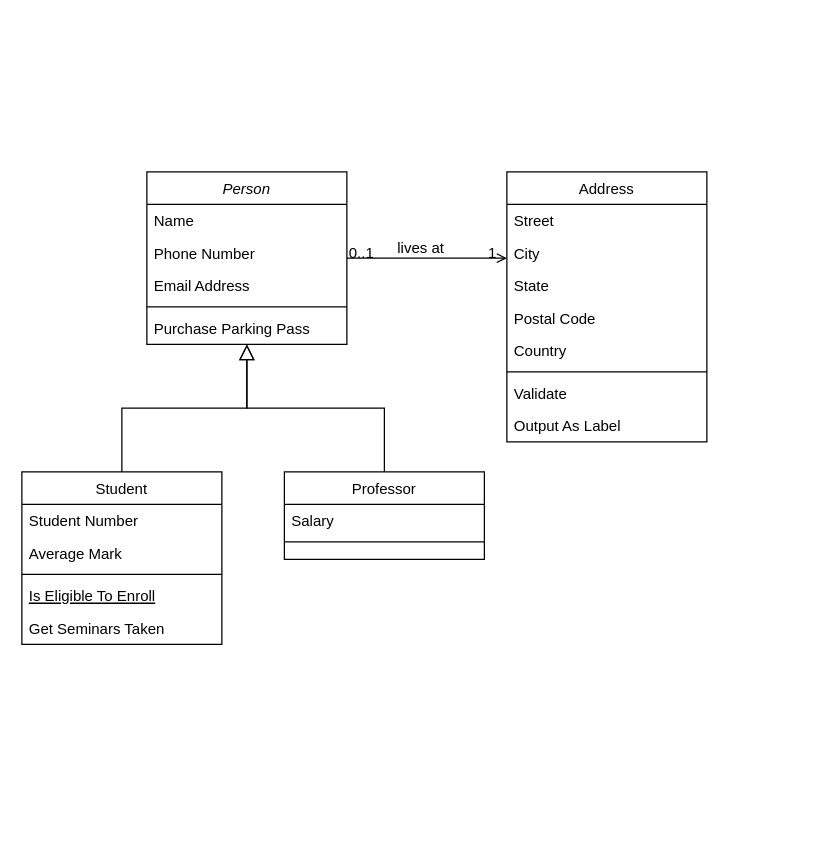
Earlier version of the draw.io diagram assets/Untitled Diagram.drawio (eldrige/Assignment). Source tidied: cells renumbered, new cells numbered last; positions are measured from the earlier drawing's top-left corner, leaving out a move shared by most shapes. Both pictures are drawn from the tidied source at 125%, with x=0, y=0 at pixel (21, 171).
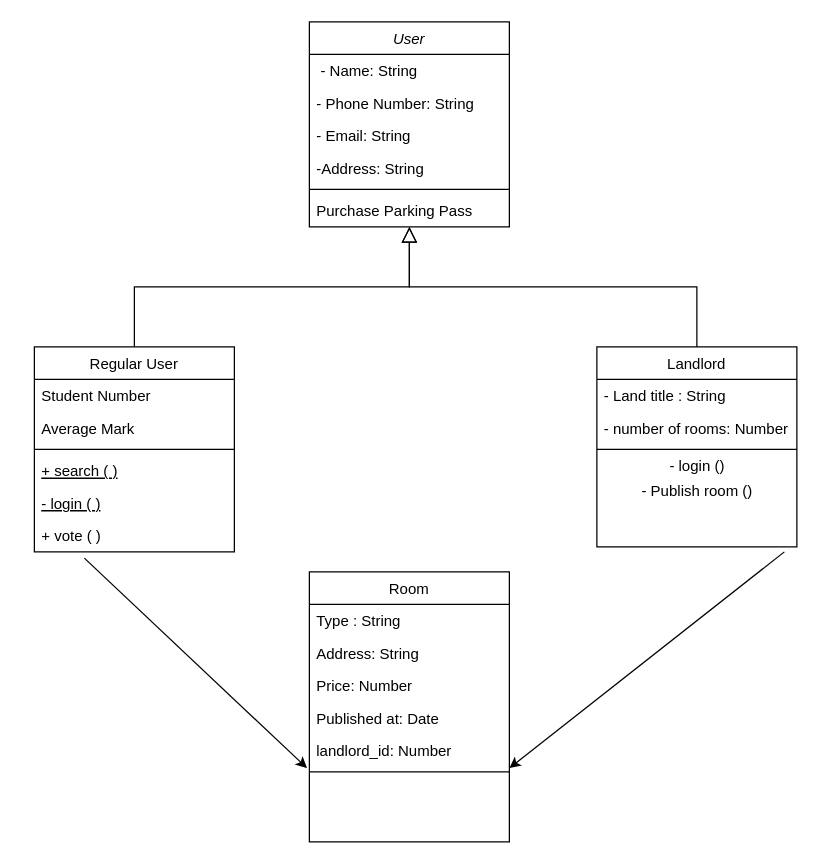
The same page after the edit.

The edit, as a diff of the source:
```diff
@@
-    <mxCell id="2" value="Person" style="swimlane;fontStyle=2;align=center;verticalAlign=top;horizontal=1;startSize=26;rounded=0;shadow=0;strokeWidth=1;" parent="1" vertex="1">
-      <mxGeometry x="100" width="160" height="138" as="geometry" />
+    <mxCell id="2" value="User" style="swimlane;fontStyle=2;align=center;verticalAlign=top;horizontal=1;startSize=26;rounded=0;shadow=0;strokeWidth=1;" parent="1" vertex="1">
+      <mxGeometry x="230" y="-120" width="160" height="164" as="geometry" />
     </mxCell>
-    <mxCell id="3" value="Name" style="text;align=left;verticalAlign=top;spacingLeft=4;spacingRight=4;overflow=hidden;" parent="2" vertex="1">
+    <mxCell id="3" value=" - Name: String" style="text;align=left;verticalAlign=top;spacingLeft=4;spacingRight=4;overflow=hidden;" parent="2" vertex="1">
       <mxGeometry y="26" width="160" height="26" as="geometry" />
     </mxCell>
-    <mxCell id="4" value="Phone Number" style="text;align=left;verticalAlign=top;spacingLeft=4;spacingRight=4;overflow=hidden;rounded=0;shadow=0;html=0;" parent="2" vertex="1">
+    <mxCell id="4" value="- Phone Number: String" style="text;align=left;verticalAlign=top;spacingLeft=4;spacingRight=4;overflow=hidden;rounded=0;shadow=0;html=0;" parent="2" vertex="1">
       <mxGeometry y="52" width="160" height="26" as="geometry" />
     </mxCell>
+    <mxCell id="32" value="- Email: String" style="text;align=left;verticalAlign=top;spacingLeft=4;spacingRight=4;overflow=hidden;rounded=0;shadow=0;html=0;" parent="2" vertex="1">
+      <mxGeometry y="78" width="160" height="26" as="geometry" />
+    </mxCell>
-    <mxCell id="5" value="Email Address" style="text;align=left;verticalAlign=top;spacingLeft=4;spacingRight=4;overflow=hidden;rounded=0;shadow=0;html=0;" parent="2" vertex="1">
-      <mxGeometry y="78" width="160" height="26" as="geometry" />
+    <mxCell id="5" value="-Address: String" style="text;align=left;verticalAlign=top;spacingLeft=4;spacingRight=4;overflow=hidden;rounded=0;shadow=0;html=0;" parent="2" vertex="1">
+      <mxGeometry y="104" width="160" height="26" as="geometry" />
     </mxCell>
     <mxCell id="6" style="line;html=1;strokeWidth=1;align=left;verticalAlign=middle;spacingTop=-1;spacingLeft=3;spacingRight=3;labelPosition=right;" parent="2" vertex="1">
-      <mxGeometry y="104" width="160" height="8" as="geometry" />
+      <mxGeometry y="130" width="160" height="8" as="geometry" />
     </mxCell>
     <mxCell id="7" value="Purchase Parking Pass" style="text;align=left;verticalAlign=top;spacingLeft=4;spacingRight=4;overflow=hidden;" parent="2" vertex="1">
-      <mxGeometry y="112" width="160" height="26" as="geometry" />
+      <mxGeometry y="138" width="160" height="26" as="geometry" />
     </mxCell>
-    <mxCell id="8" value="Student" style="swimlane;fontStyle=0;align=center;verticalAlign=top;horizontal=1;startSize=26;rounded=0;shadow=0;strokeWidth=1;" parent="1" vertex="1">
-      <mxGeometry y="240" width="160" height="138" as="geometry" />
+    <mxCell id="8" value="Regular User" style="swimlane;fontStyle=0;align=center;verticalAlign=top;horizontal=1;startSize=26;rounded=0;shadow=0;strokeWidth=1;" parent="1" vertex="1">
+      <mxGeometry x="10" y="140" width="160" height="164" as="geometry" />
     </mxCell>
@@
+    <mxCell id="33" value="+ search ( )" style="text;align=left;verticalAlign=top;spacingLeft=4;spacingRight=4;overflow=hidden;fontStyle=4;" parent="8" vertex="1">
+      <mxGeometry y="86" width="160" height="26" as="geometry" />
+    </mxCell>
-    <mxCell id="12" value="Is Eligible To Enroll" style="text;align=left;verticalAlign=top;spacingLeft=4;spacingRight=4;overflow=hidden;fontStyle=4;" parent="8" vertex="1">
-      <mxGeometry y="86" width="160" height="26" as="geometry" />
+    <mxCell id="12" value="- login ( )" style="text;align=left;verticalAlign=top;spacingLeft=4;spacingRight=4;overflow=hidden;fontStyle=4;" parent="8" vertex="1">
+      <mxGeometry y="112" width="160" height="26" as="geometry" />
     </mxCell>
-    <mxCell id="13" value="Get Seminars Taken" style="text;align=left;verticalAlign=top;spacingLeft=4;spacingRight=4;overflow=hidden;points=[[0,0.5],[1,0.5]];portConstraint=eastwest;" parent="8" vertex="1">
-      <mxGeometry y="112" width="160" height="26" as="geometry" />
+    <mxCell id="13" value="+ vote ( )" style="text;align=left;verticalAlign=top;spacingLeft=4;spacingRight=4;overflow=hidden;points=[[0,0.5],[1,0.5]];portConstraint=eastwest;" parent="8" vertex="1">
+      <mxGeometry y="138" width="160" height="26" as="geometry" />
     </mxCell>
@@
-    <mxCell id="15" value="Professor" style="swimlane;fontStyle=0;align=center;verticalAlign=top;horizontal=1;startSize=26;rounded=0;shadow=0;strokeWidth=1;" parent="1" vertex="1">
-      <mxGeometry x="210" y="240" width="160" height="70" as="geometry" />
+    <mxCell id="15" value="Landlord" style="swimlane;fontStyle=0;align=center;verticalAlign=top;horizontal=1;startSize=26;rounded=0;shadow=0;strokeWidth=1;" parent="1" vertex="1">
+      <mxGeometry x="460" y="140" width="160" height="160" as="geometry" />
     </mxCell>
-    <mxCell id="16" value="Salary" style="text;align=left;verticalAlign=top;spacingLeft=4;spacingRight=4;overflow=hidden;" parent="15" vertex="1">
-      <mxGeometry y="26" width="160" height="26" as="geometry" />
-    </mxCell>
+    <mxCell id="34" value="- Land title : String&#10;" style="text;align=left;verticalAlign=top;spacingLeft=4;spacingRight=4;overflow=hidden;" parent="15" vertex="1">
+      <mxGeometry y="26" width="160" height="26" as="geometry" />
+    </mxCell>
+    <mxCell id="35" value="- number of rooms: Number" style="text;align=left;verticalAlign=top;spacingLeft=4;spacingRight=4;overflow=hidden;" parent="15" vertex="1">
+      <mxGeometry y="52" width="160" height="26" as="geometry" />
+    </mxCell>
     <mxCell id="17" style="line;html=1;strokeWidth=1;align=left;verticalAlign=middle;spacingTop=-1;spacingLeft=3;spacingRight=3;labelPosition=right;" parent="15" vertex="1">
-      <mxGeometry y="52" width="160" height="8" as="geometry" />
+      <mxGeometry y="78" width="160" height="8" as="geometry" />
     </mxCell>
+    <mxCell id="36" value="- login ()" style="text;html=1;align=center;verticalAlign=middle;strokeColor=none;" parent="15" vertex="1">
+      <mxGeometry y="86" width="160" height="20" as="geometry" />
+    </mxCell>
+    <mxCell id="37" value="- Publish room () " style="text;html=1;align=center;verticalAlign=middle;strokeColor=none;" parent="15" vertex="1">
+      <mxGeometry y="106" width="160" height="20" as="geometry" />
+    </mxCell>
@@
-    <mxCell id="19" value="Address" style="swimlane;fontStyle=0;align=center;verticalAlign=top;horizontal=1;startSize=26;rounded=0;shadow=0;strokeWidth=1;" parent="1" vertex="1">
-      <mxGeometry x="388" width="160" height="216" as="geometry" />
+    <mxCell id="19" value="Room" style="swimlane;fontStyle=0;align=center;verticalAlign=top;horizontal=1;startSize=26;rounded=0;shadow=0;strokeWidth=1;" parent="1" vertex="1">
+      <mxGeometry x="230" y="320" width="160" height="216" as="geometry" />
     </mxCell>
-    <mxCell id="20" value="Street" style="text;align=left;verticalAlign=top;spacingLeft=4;spacingRight=4;overflow=hidden;" parent="19" vertex="1">
+    <mxCell id="20" value="Type : String" style="text;align=left;verticalAlign=top;spacingLeft=4;spacingRight=4;overflow=hidden;" parent="19" vertex="1">
       <mxGeometry y="26" width="160" height="26" as="geometry" />
     </mxCell>
-    <mxCell id="21" value="City" style="text;align=left;verticalAlign=top;spacingLeft=4;spacingRight=4;overflow=hidden;rounded=0;shadow=0;html=0;" parent="19" vertex="1">
+    <mxCell id="21" value="Address: String" style="text;align=left;verticalAlign=top;spacingLeft=4;spacingRight=4;overflow=hidden;rounded=0;shadow=0;html=0;" parent="19" vertex="1">
       <mxGeometry y="52" width="160" height="26" as="geometry" />
     </mxCell>
-    <mxCell id="22" value="State" style="text;align=left;verticalAlign=top;spacingLeft=4;spacingRight=4;overflow=hidden;rounded=0;shadow=0;html=0;" parent="19" vertex="1">
+    <mxCell id="22" value="Price: Number" style="text;align=left;verticalAlign=top;spacingLeft=4;spacingRight=4;overflow=hidden;rounded=0;shadow=0;html=0;" parent="19" vertex="1">
       <mxGeometry y="78" width="160" height="26" as="geometry" />
     </mxCell>
-    <mxCell id="23" value="Postal Code" style="text;align=left;verticalAlign=top;spacingLeft=4;spacingRight=4;overflow=hidden;rounded=0;shadow=0;html=0;" parent="19" vertex="1">
+    <mxCell id="23" value="Published at: Date" style="text;align=left;verticalAlign=top;spacingLeft=4;spacingRight=4;overflow=hidden;rounded=0;shadow=0;html=0;" parent="19" vertex="1">
       <mxGeometry y="104" width="160" height="26" as="geometry" />
     </mxCell>
-    <mxCell id="24" value="Country" style="text;align=left;verticalAlign=top;spacingLeft=4;spacingRight=4;overflow=hidden;points=[[0,0.5],[1,0.5]];portConstraint=eastwest;rounded=0;shadow=0;html=0;" parent="19" vertex="1">
+    <mxCell id="24" value="landlord_id: Number" style="text;align=left;verticalAlign=top;spacingLeft=4;spacingRight=4;overflow=hidden;points=[[0,0.5],[1,0.5]];portConstraint=eastwest;rounded=0;shadow=0;html=0;" parent="19" vertex="1">
       <mxGeometry y="130" width="160" height="26" as="geometry" />
     </mxCell>
@@
-    <mxCell id="26" value="Validate" style="text;align=left;verticalAlign=top;spacingLeft=4;spacingRight=4;overflow=hidden;" parent="19" vertex="1">
-      <mxGeometry y="164" width="160" height="26" as="geometry" />
-    </mxCell>
-    <mxCell id="27" value="Output As Label" style="text;align=left;verticalAlign=top;spacingLeft=4;spacingRight=4;overflow=hidden;" parent="19" vertex="1">
-      <mxGeometry y="190" width="160" height="26" as="geometry" />
-    </mxCell>
-    <mxCell id="28" style="endArrow=open;shadow=0;strokeWidth=1;rounded=0;endFill=1;edgeStyle=elbowEdgeStyle;elbow=vertical;" parent="1" edge="1" source="2" target="19">
-      <mxGeometry x="0.5" y="41" relative="1" as="geometry">
-        <mxPoint x="-40" y="32" as="offset" />
-      </mxGeometry>
-    </mxCell>
-    <mxCell id="29" value="0..1" style="align=left;verticalAlign=bottom;labelBackgroundColor=none;fontSize=12;" parent="28" vertex="1">
-      <mxGeometry x="-1" relative="1" as="geometry">
-        <mxPoint y="4" as="offset" />
-      </mxGeometry>
-    </mxCell>
-    <mxCell id="30" value="1" style="align=right;verticalAlign=bottom;labelBackgroundColor=none;fontSize=12;" parent="28" vertex="1">
-      <mxGeometry x="1" relative="1" as="geometry">
-        <mxPoint x="-7" y="4" as="offset" />
-      </mxGeometry>
-    </mxCell>
-    <mxCell id="31" value="lives at" style="text;html=1;align=center;verticalAlign=middle;labelBackgroundColor=none;rounded=0;shadow=0;strokeWidth=1;fontSize=12;" parent="28" vertex="1">
-      <mxGeometry x="0.5" y="49" relative="1" as="geometry">
-        <mxPoint x="-38" y="40" as="offset" />
-      </mxGeometry>
-    </mxCell>
+    <mxCell id="38" style="endArrow=classic;html=1;entryX=1;entryY=1.038;entryDx=0;entryDy=0;entryPerimeter=0;" parent="1" edge="1" target="24">
+      <mxGeometry relative="1" as="geometry">
+        <mxPoint x="610" y="304" as="sourcePoint" />
+      </mxGeometry>
+    </mxCell>
+    <mxCell id="39" style="endArrow=classic;html=1;entryX=-0.012;entryY=1.038;entryDx=0;entryDy=0;entryPerimeter=0;exitX=0.25;exitY=1.192;exitDx=0;exitDy=0;exitPerimeter=0;" parent="1" edge="1" source="13" target="24">
+      <mxGeometry relative="1" as="geometry" />
+    </mxCell>
```
